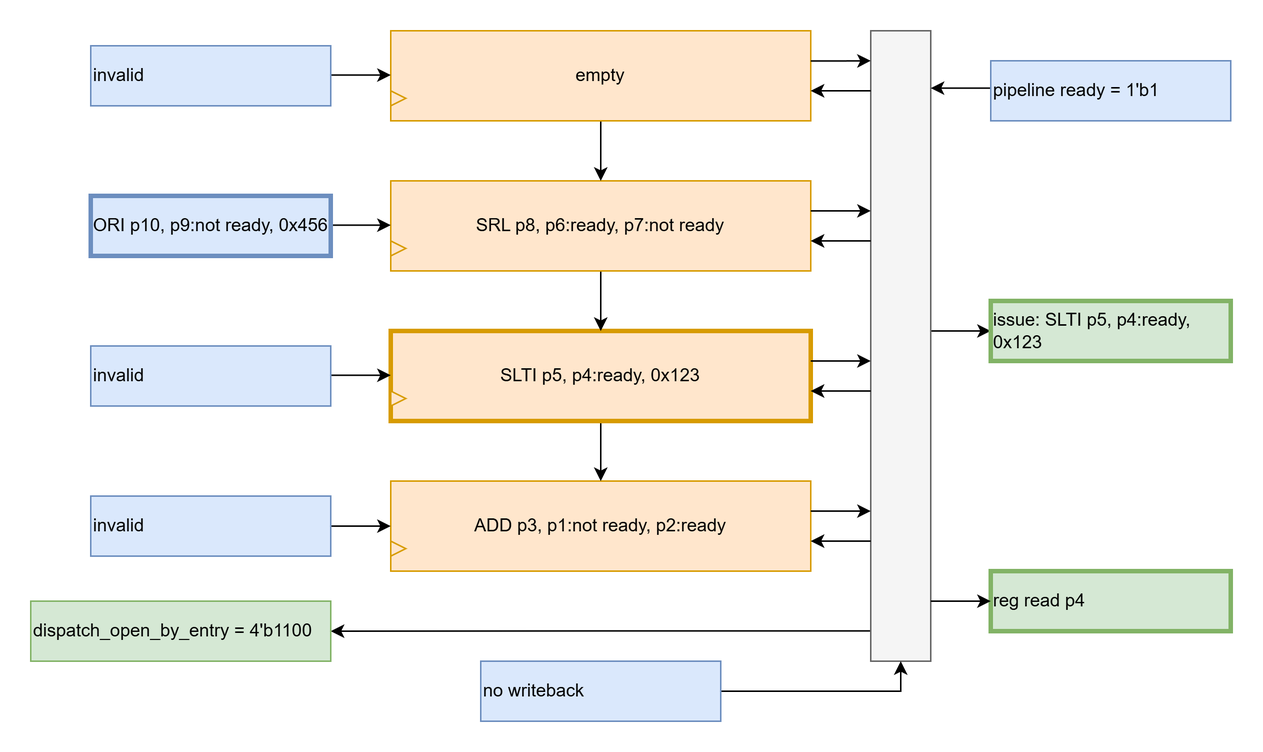
Above: spec/design/alu_iq_cycle_2.png in zlagpacan/LOROF (draw.io), before the change. Source tidied: cells renumbered, new cells last; positions are measured from the earlier drawing's top-left corner, leaving out a move shared by most shapes.
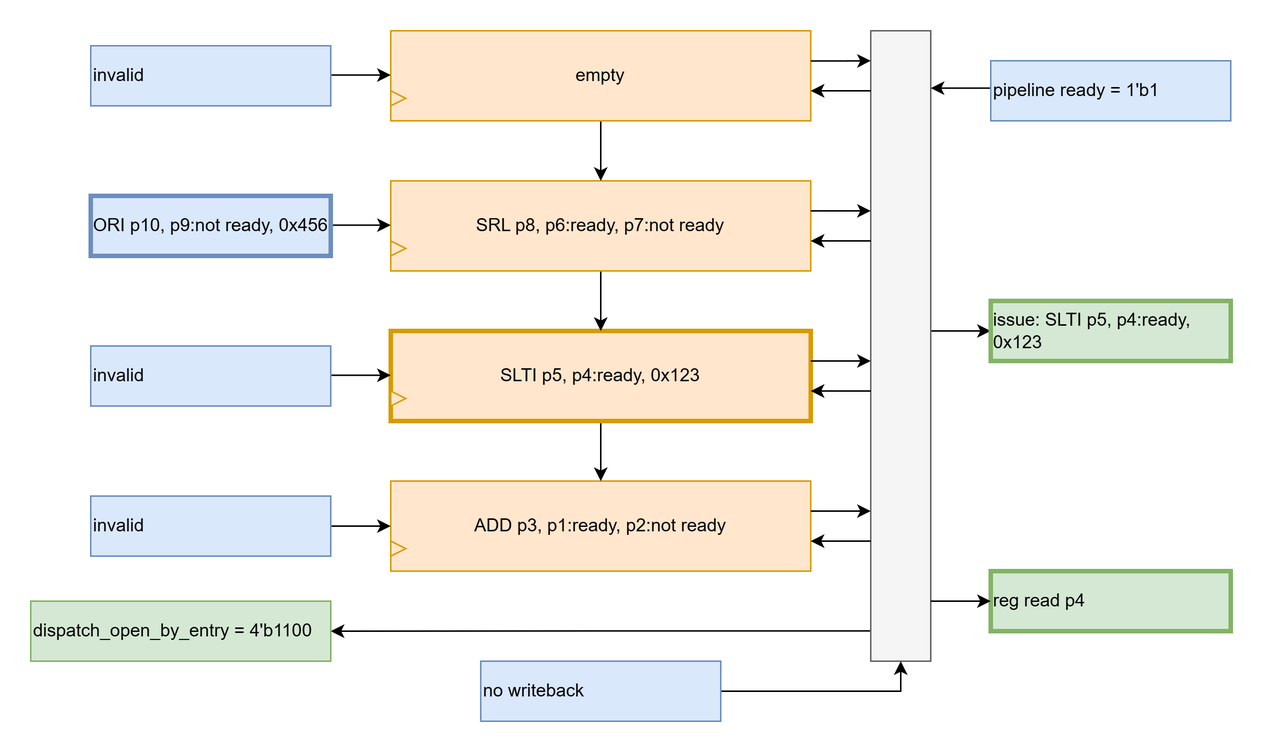
Later version of the same file.

The edit, as a diff of the source:
```diff
@@ -2,7 +2,7 @@
   <root>
     <mxCell id="0" />
     <mxCell id="1" parent="0" />
-    <mxCell id="2" value="&lt;span style=&quot;text-align: left;&quot;&gt;ADD p3, p1:not ready, p2:ready&lt;/span&gt;" style="rounded=0;whiteSpace=wrap;html=1;fillColor=#ffe6cc;strokeColor=#d79b00;" parent="1" vertex="1">
+    <mxCell id="2" value="&lt;span style=&quot;text-align: left;&quot;&gt;ADD p3, p1:ready, p2:not ready&lt;/span&gt;" style="rounded=0;whiteSpace=wrap;html=1;fillColor=#ffe6cc;strokeColor=#d79b00;" parent="1" vertex="1">
       <mxGeometry x="240" y="300" width="280" height="60" as="geometry" />
     </mxCell>
     <mxCell id="3" style="endArrow=classic;html=1;rounded=0;entryX=0;entryY=0.5;entryDx=0;entryDy=0;" parent="1" edge="1" target="2">
```
